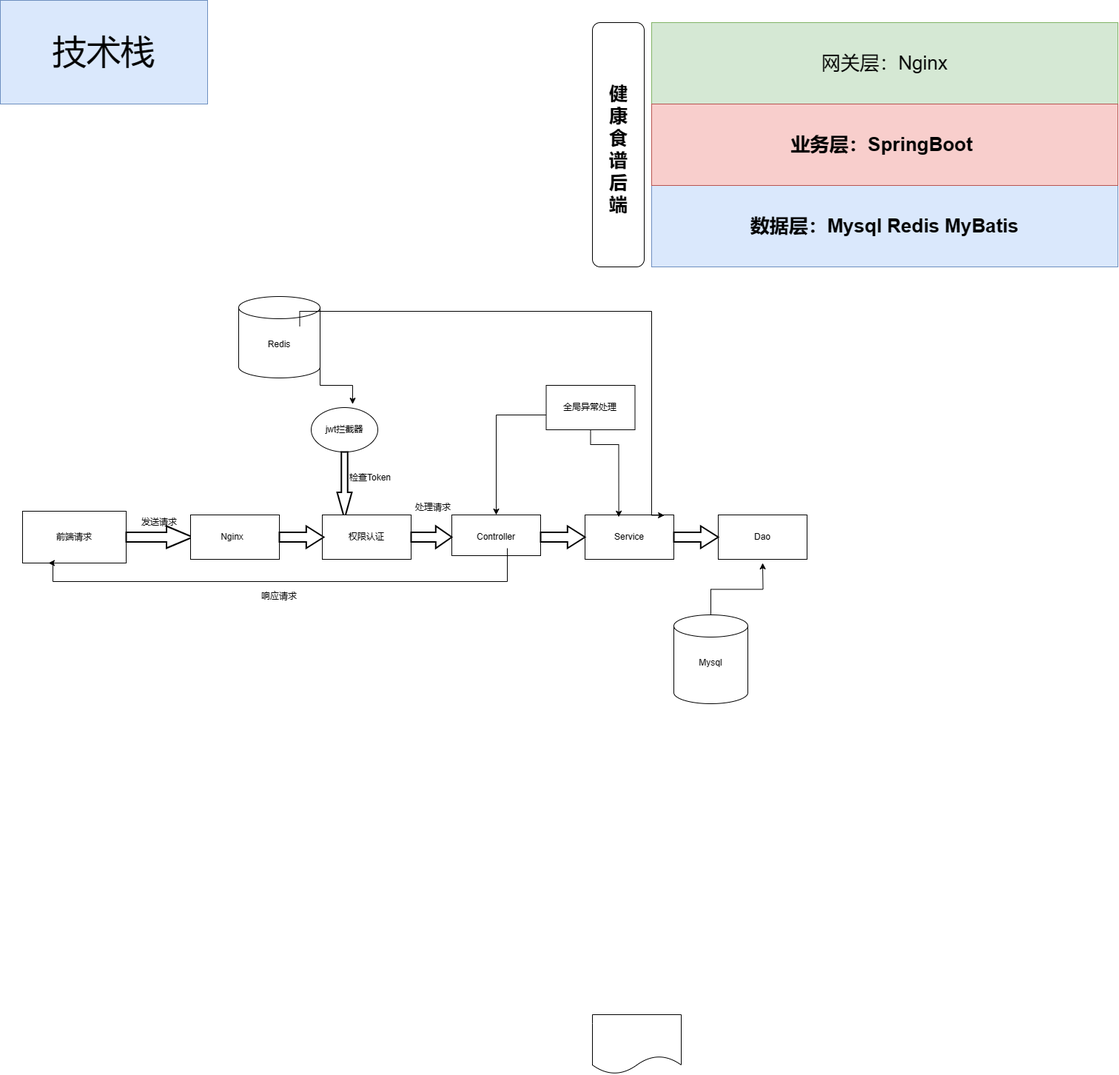
Above: 健康食谱后端.png in wangXingRunning/weige.github.io (draw.io), before the change. Source tidied: cells renumbered, new cells last; positions are measured from the earlier drawing's top-left corner, leaving out a move shared by most shapes.
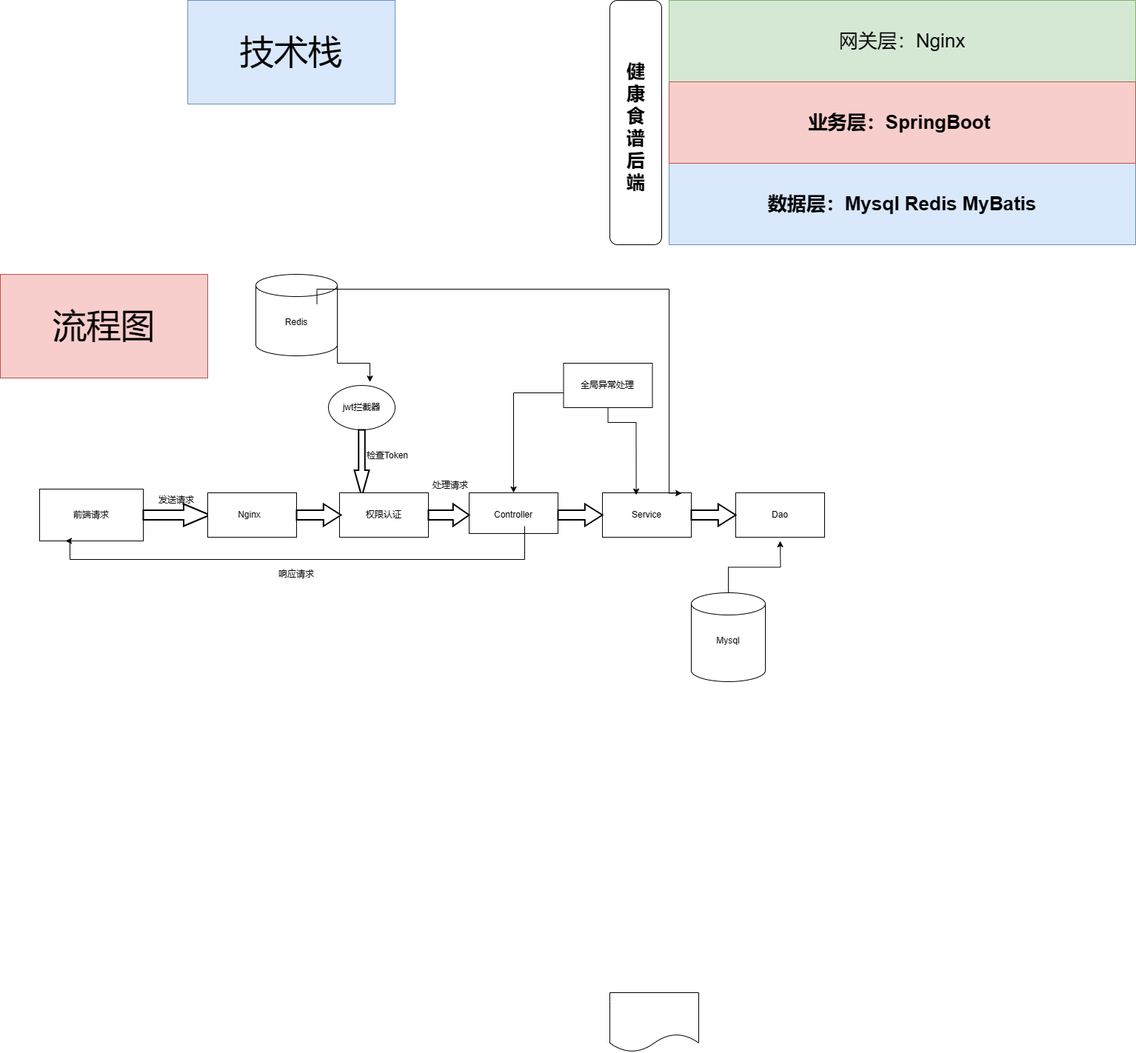
Later version of the same file.

Commit message:
更新健康食谱后端.png

The edit, as a diff of the source:
```diff
@@ -167,7 +167,10 @@
       <mxGeometry x="800" y="1370" width="120" height="80" as="geometry" />
     </mxCell>
     <mxCell id="48" value="&lt;font style=&quot;font-size: 46px;&quot;&gt;技术栈&lt;/font&gt;" style="rounded=0;whiteSpace=wrap;html=1;fillColor=#dae8fc;strokeColor=#6c8ebf;" parent="1" vertex="1">
-      <mxGeometry width="280" height="140" as="geometry" />
+      <mxGeometry x="230" y="30" width="280" height="140" as="geometry" />
     </mxCell>
+    <mxCell id="49" value="&lt;span style=&quot;font-size: 46px;&quot;&gt;流程图&lt;/span&gt;" style="rounded=0;whiteSpace=wrap;html=1;fillColor=#f8cecc;strokeColor=#b85450;" parent="1" vertex="1">
+      <mxGeometry x="-23" y="400" width="280" height="140" as="geometry" />
+    </mxCell>
   </root>
 </mxGraphModel>
```
